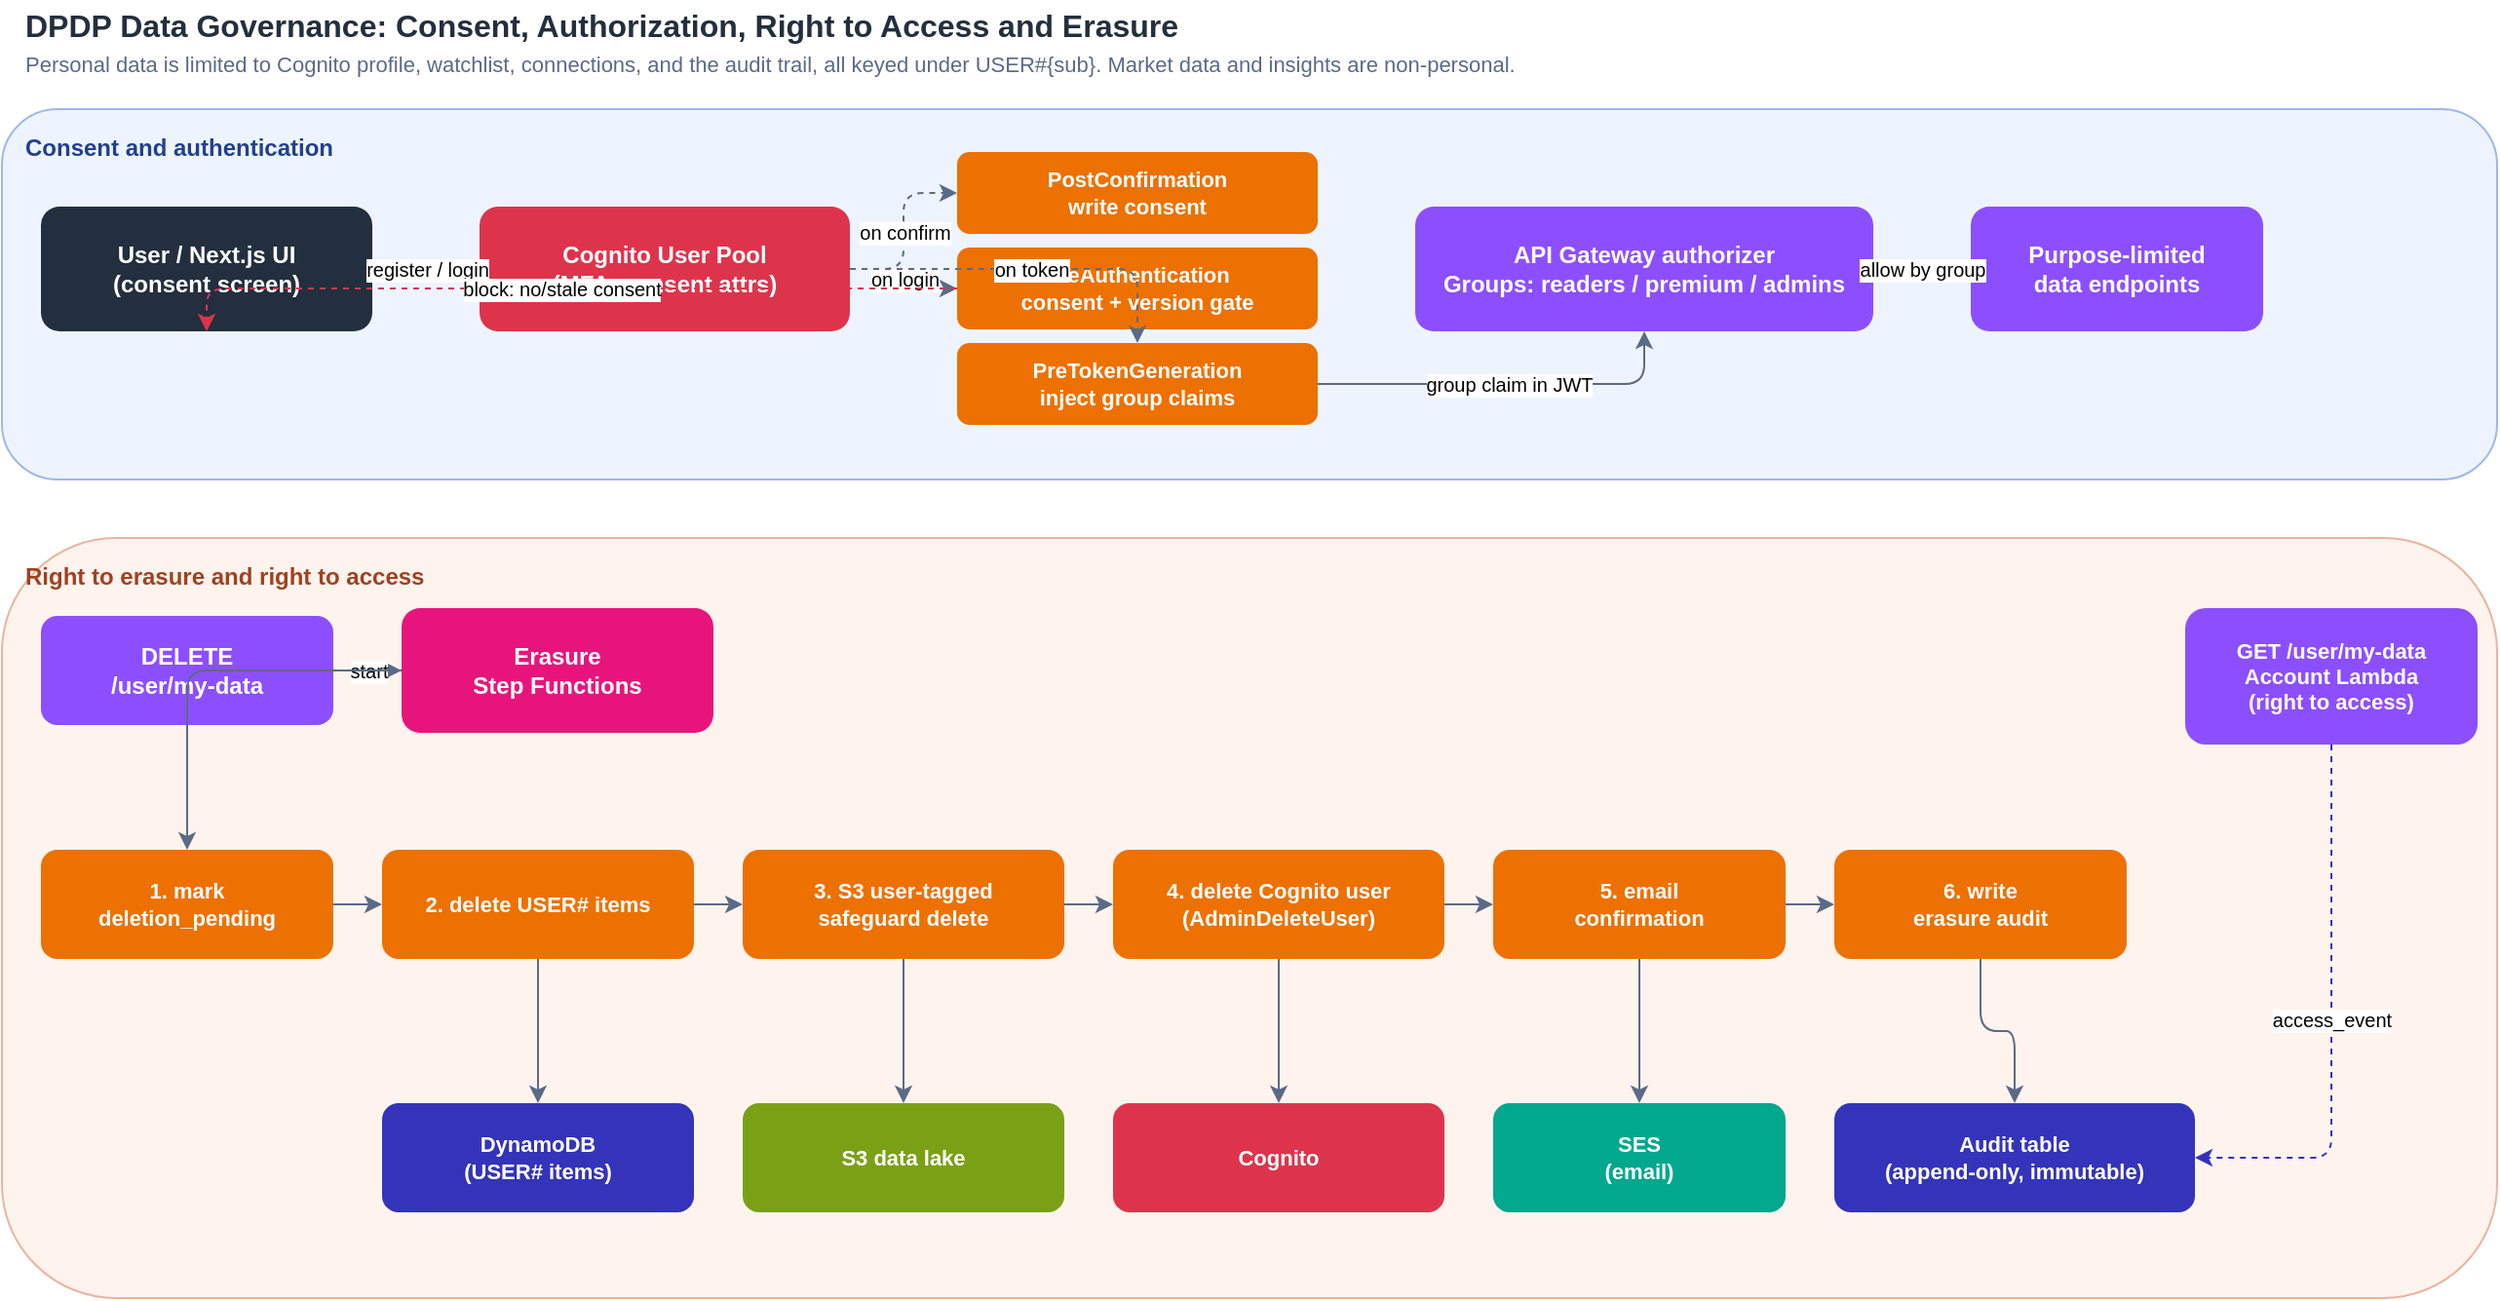
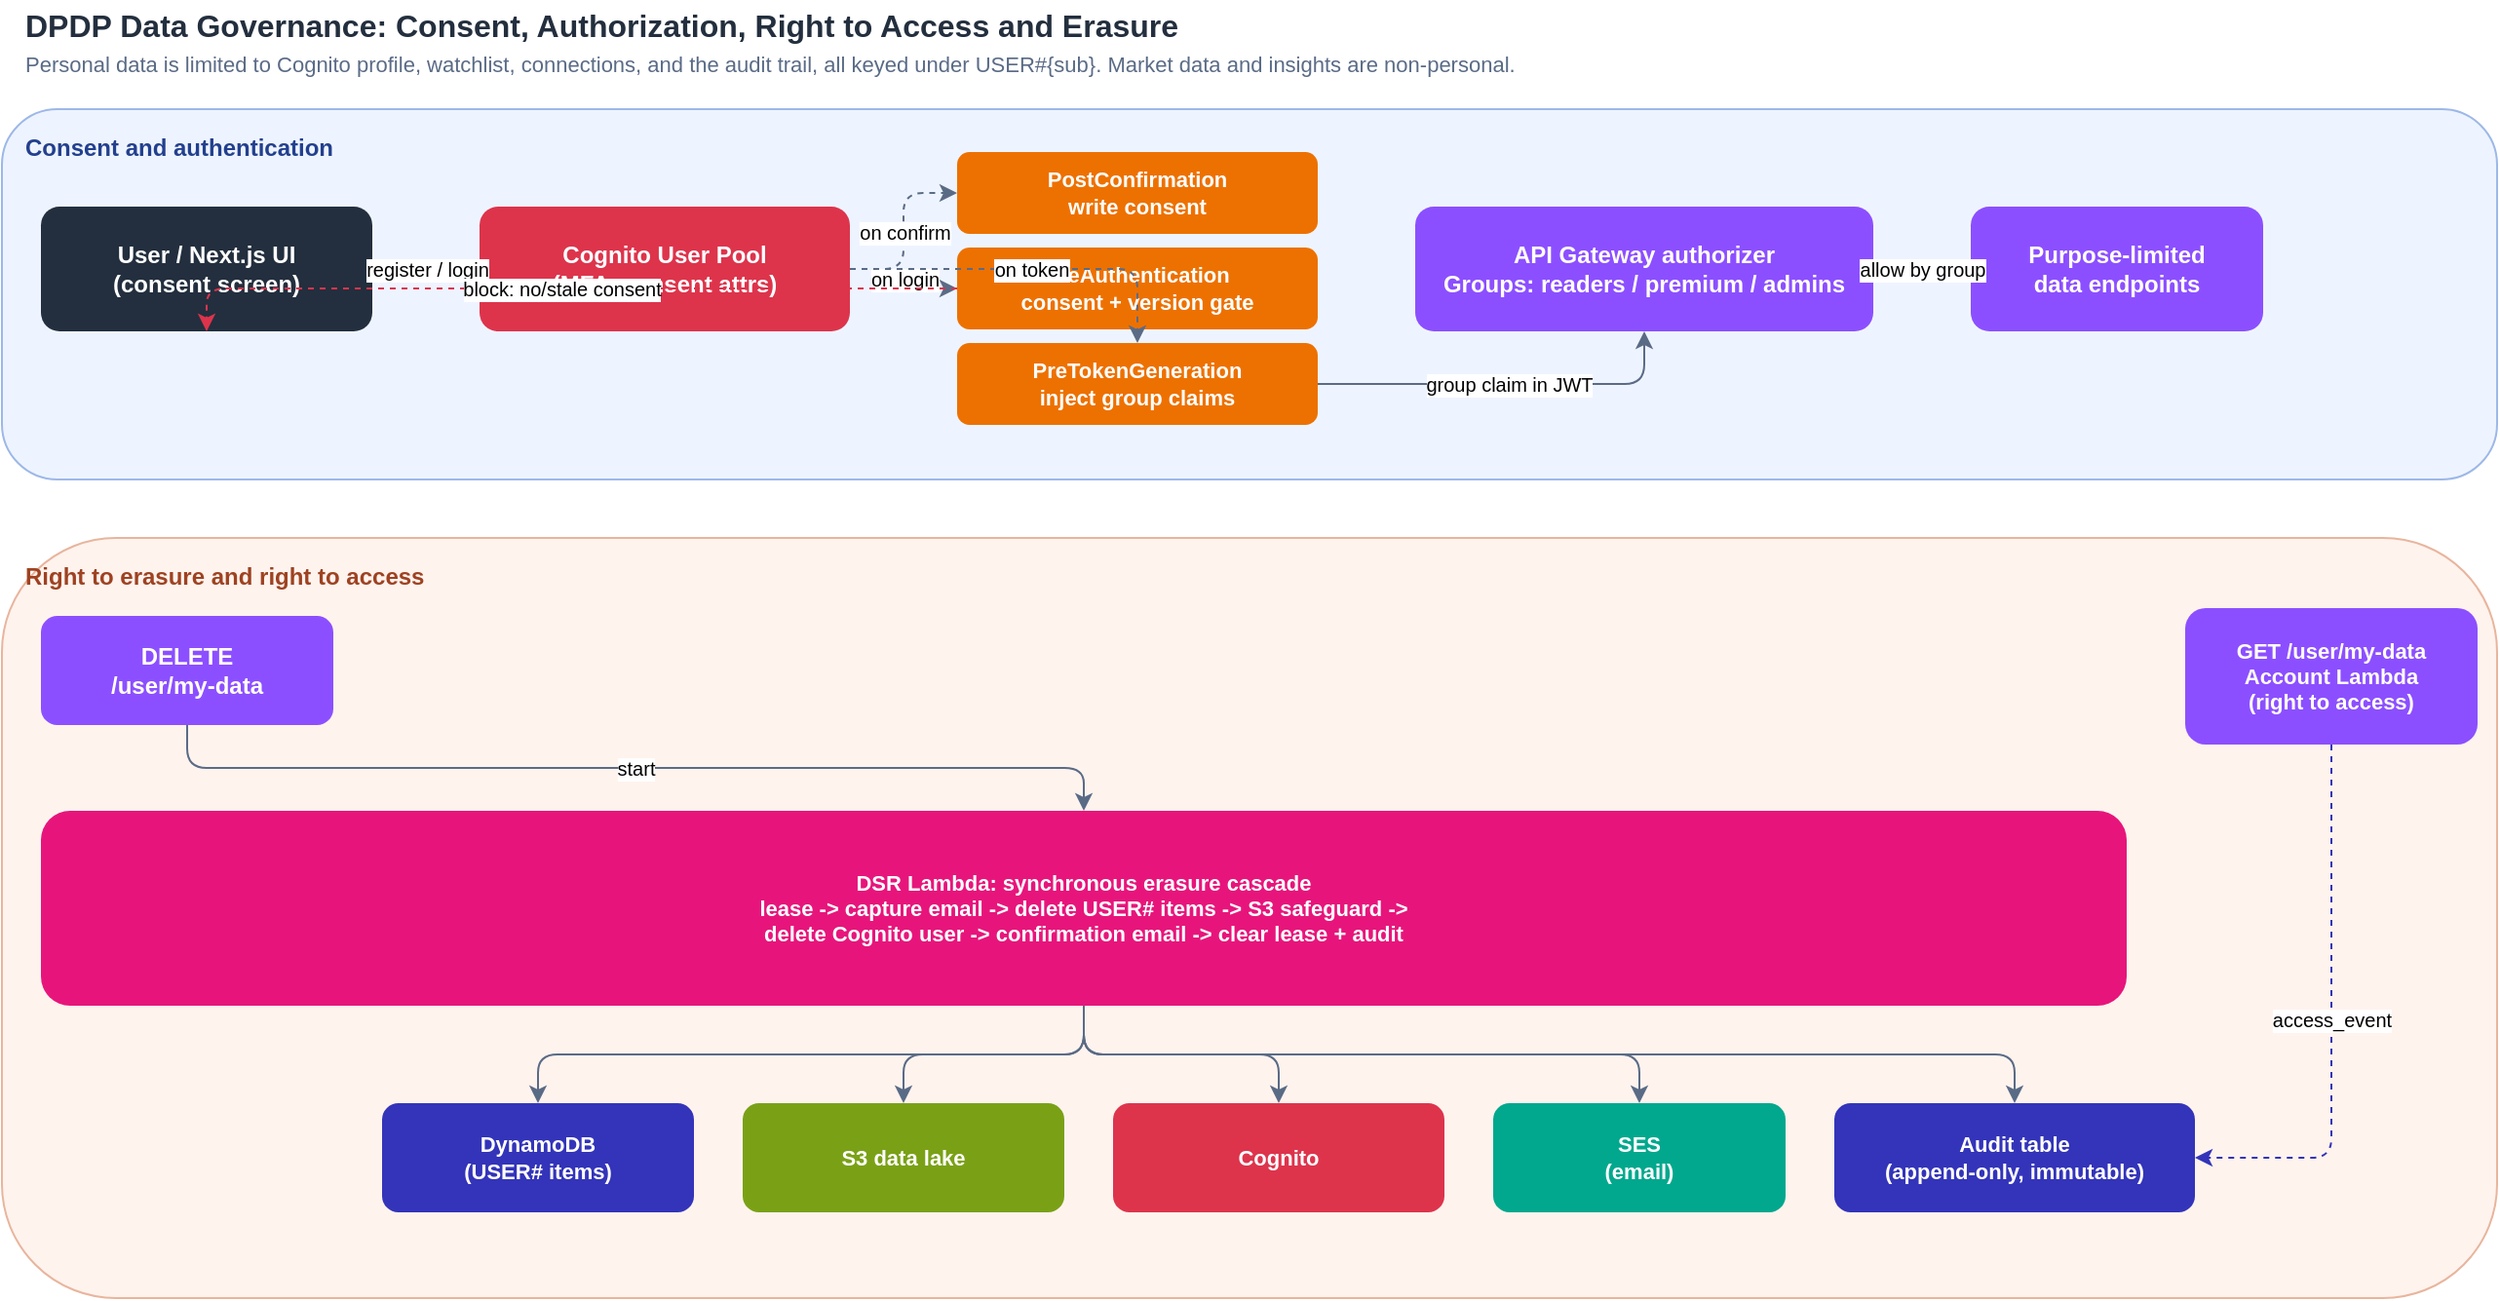
<mxGraphModel dx="1400" dy="800" grid="0" gridSize="10" guides="1" tooltips="1" connect="1" arrows="1" fold="1" page="1" pageScale="1" pageWidth="1320" pageHeight="720" math="0" shadow="0" adaptiveColors="auto">
  <root>
    <mxCell id="0"/>
    <mxCell id="1" parent="0"/>
    <mxCell id="title" value="DPDP Data Governance: Consent, Authorization, Right to Access and Erasure" style="text;html=1;strokeColor=none;fillColor=none;align=left;verticalAlign=middle;fontSize=16;fontStyle=1;fontColor=#232F3E;" vertex="1" parent="1">
      <mxGeometry x="30" y="14" width="1000" height="26" as="geometry"/>
    </mxCell>
    <mxCell id="subtitle" value="Personal data is limited to Cognito profile, watchlist, connections, and the audit trail, all keyed under USER#{sub}. Market data and insights are non-personal." style="text;html=1;strokeColor=none;fillColor=none;align=left;verticalAlign=middle;fontSize=11;fontColor=#5A6B86;" vertex="1" parent="1">
      <mxGeometry x="30" y="38" width="1100" height="18" as="geometry"/>
    </mxCell>

    <mxCell id="band1" value="Consent and authentication" style="rounded=1;whiteSpace=wrap;html=1;fillColor=#EEF4FF;strokeColor=#9DB8E8;fontColor=#23408E;verticalAlign=top;align=left;spacingLeft=10;spacingTop=6;fontStyle=1;fontSize=12;" vertex="1" parent="1">
      <mxGeometry x="20" y="70" width="1280" height="190" as="geometry"/>
    </mxCell>
    <mxCell id="band2" value="Right to erasure and right to access" style="rounded=1;whiteSpace=wrap;html=1;fillColor=#FFF3EE;strokeColor=#E8B59D;fontColor=#9E4221;verticalAlign=top;align=left;spacingLeft=10;spacingTop=6;fontStyle=1;fontSize=12;" vertex="1" parent="1">
      <mxGeometry x="20" y="290" width="1280" height="390" as="geometry"/>
    </mxCell>

    <mxCell id="user" value="User / Next.js UI&#10;(consent screen)" style="rounded=1;whiteSpace=wrap;html=1;fontColor=#FFFFFF;strokeColor=none;fontSize=12;fontStyle=1;fillColor=#232F3E;" vertex="1" parent="1">
      <mxGeometry x="40" y="120" width="170" height="64" as="geometry"/>
    </mxCell>
    <mxCell id="cognito" value="Cognito User Pool&#10;(MFA, consent attrs)" style="rounded=1;whiteSpace=wrap;html=1;fontColor=#FFFFFF;strokeColor=none;fontSize=12;fontStyle=1;fillColor=#DD344C;" vertex="1" parent="1">
      <mxGeometry x="265" y="120" width="190" height="64" as="geometry"/>
    </mxCell>
    <mxCell id="postconf" value="PostConfirmation&#10;write consent" style="rounded=1;whiteSpace=wrap;html=1;fontColor=#FFFFFF;strokeColor=none;fontSize=11;fontStyle=1;fillColor=#ED7100;" vertex="1" parent="1">
      <mxGeometry x="510" y="92" width="185" height="42" as="geometry"/>
    </mxCell>
    <mxCell id="preauth" value="PreAuthentication&#10;consent + version gate" style="rounded=1;whiteSpace=wrap;html=1;fontColor=#FFFFFF;strokeColor=none;fontSize=11;fontStyle=1;fillColor=#ED7100;" vertex="1" parent="1">
      <mxGeometry x="510" y="141" width="185" height="42" as="geometry"/>
    </mxCell>
    <mxCell id="pretoken" value="PreTokenGeneration&#10;inject group claims" style="rounded=1;whiteSpace=wrap;html=1;fontColor=#FFFFFF;strokeColor=none;fontSize=11;fontStyle=1;fillColor=#ED7100;" vertex="1" parent="1">
      <mxGeometry x="510" y="190" width="185" height="42" as="geometry"/>
    </mxCell>
    <mxCell id="authorizer" value="API Gateway authorizer&#10;Groups: readers / premium / admins" style="rounded=1;whiteSpace=wrap;html=1;fontColor=#FFFFFF;strokeColor=none;fontSize=12;fontStyle=1;fillColor=#8C4FFF;" vertex="1" parent="1">
      <mxGeometry x="745" y="120" width="235" height="64" as="geometry"/>
    </mxCell>
    <mxCell id="endpoints" value="Purpose-limited&#10;data endpoints" style="rounded=1;whiteSpace=wrap;html=1;fontColor=#FFFFFF;strokeColor=none;fontSize=12;fontStyle=1;fillColor=#8C4FFF;" vertex="1" parent="1">
      <mxGeometry x="1030" y="120" width="150" height="64" as="geometry"/>
    </mxCell>

    <mxCell id="del_ep" value="DELETE&#10;/user/my-data" style="rounded=1;whiteSpace=wrap;html=1;fontColor=#FFFFFF;strokeColor=none;fontSize=12;fontStyle=1;fillColor=#8C4FFF;" vertex="1" parent="1">
      <mxGeometry x="40" y="330" width="150" height="56" as="geometry"/>
    </mxCell>
-     <mxCell id="erasure" value="Erasure&#10;Step Functions" style="rounded=1;whiteSpace=wrap;html=1;fontColor=#FFFFFF;strokeColor=none;fontSize=12;fontStyle=1;fillColor=#E7157B;" vertex="1" parent="1">
-       <mxGeometry x="225" y="326" width="160" height="64" as="geometry"/>
+     <mxCell id="erasure" value="DSR Lambda: synchronous erasure cascade&#10;lease -&gt; capture email -&gt; delete USER# items -&gt; S3 safeguard -&gt;&#10;delete Cognito user -&gt; confirmation email -&gt; clear lease + audit" style="rounded=1;whiteSpace=wrap;html=1;fontColor=#FFFFFF;strokeColor=none;fontSize=11;fontStyle=1;fillColor=#E7157B;" vertex="1" parent="1">
+       <mxGeometry x="40" y="430" width="1070" height="100" as="geometry"/>
    </mxCell>
    <mxCell id="access" value="GET /user/my-data&#10;Account Lambda&#10;(right to access)" style="rounded=1;whiteSpace=wrap;html=1;fontColor=#FFFFFF;strokeColor=none;fontSize=11;fontStyle=1;fillColor=#8C4FFF;" vertex="1" parent="1">
      <mxGeometry x="1140" y="326" width="150" height="70" as="geometry"/>
-     </mxCell>
- 
-     <mxCell id="s1" value="1. mark&#10;deletion_pending" style="rounded=1;whiteSpace=wrap;html=1;fontColor=#FFFFFF;strokeColor=none;fontSize=11;fontStyle=1;fillColor=#ED7100;" vertex="1" parent="1">
-       <mxGeometry x="40" y="450" width="150" height="56" as="geometry"/>
-     </mxCell>
-     <mxCell id="s2" value="2. delete USER# items" style="rounded=1;whiteSpace=wrap;html=1;fontColor=#FFFFFF;strokeColor=none;fontSize=11;fontStyle=1;fillColor=#ED7100;" vertex="1" parent="1">
-       <mxGeometry x="215" y="450" width="160" height="56" as="geometry"/>
-     </mxCell>
-     <mxCell id="s3" value="3. S3 user-tagged&#10;safeguard delete" style="rounded=1;whiteSpace=wrap;html=1;fontColor=#FFFFFF;strokeColor=none;fontSize=11;fontStyle=1;fillColor=#ED7100;" vertex="1" parent="1">
-       <mxGeometry x="400" y="450" width="165" height="56" as="geometry"/>
-     </mxCell>
-     <mxCell id="s4" value="4. delete Cognito user&#10;(AdminDeleteUser)" style="rounded=1;whiteSpace=wrap;html=1;fontColor=#FFFFFF;strokeColor=none;fontSize=11;fontStyle=1;fillColor=#ED7100;" vertex="1" parent="1">
-       <mxGeometry x="590" y="450" width="170" height="56" as="geometry"/>
-     </mxCell>
-     <mxCell id="s5" value="5. email&#10;confirmation" style="rounded=1;whiteSpace=wrap;html=1;fontColor=#FFFFFF;strokeColor=none;fontSize=11;fontStyle=1;fillColor=#ED7100;" vertex="1" parent="1">
-       <mxGeometry x="785" y="450" width="150" height="56" as="geometry"/>
-     </mxCell>
-     <mxCell id="s6" value="6. write&#10;erasure audit" style="rounded=1;whiteSpace=wrap;html=1;fontColor=#FFFFFF;strokeColor=none;fontSize=11;fontStyle=1;fillColor=#ED7100;" vertex="1" parent="1">
-       <mxGeometry x="960" y="450" width="150" height="56" as="geometry"/>
    </mxCell>

    <mxCell id="dynamo" value="DynamoDB&#10;(USER# items)" style="rounded=1;whiteSpace=wrap;html=1;fontColor=#FFFFFF;strokeColor=none;fontSize=11;fontStyle=1;fillColor=#3334B9;" vertex="1" parent="1">
      <mxGeometry x="215" y="580" width="160" height="56" as="geometry"/>
    </mxCell>
    <mxCell id="s3lake" value="S3 data lake" style="rounded=1;whiteSpace=wrap;html=1;fontColor=#FFFFFF;strokeColor=none;fontSize=11;fontStyle=1;fillColor=#7AA116;" vertex="1" parent="1">
      <mxGeometry x="400" y="580" width="165" height="56" as="geometry"/>
    </mxCell>
    <mxCell id="cognito2" value="Cognito" style="rounded=1;whiteSpace=wrap;html=1;fontColor=#FFFFFF;strokeColor=none;fontSize=11;fontStyle=1;fillColor=#DD344C;" vertex="1" parent="1">
      <mxGeometry x="590" y="580" width="170" height="56" as="geometry"/>
    </mxCell>
    <mxCell id="ses" value="SES&#10;(email)" style="rounded=1;whiteSpace=wrap;html=1;fontColor=#FFFFFF;strokeColor=none;fontSize=11;fontStyle=1;fillColor=#01A88D;" vertex="1" parent="1">
      <mxGeometry x="785" y="580" width="150" height="56" as="geometry"/>
    </mxCell>
    <mxCell id="audit" value="Audit table&#10;(append-only, immutable)" style="rounded=1;whiteSpace=wrap;html=1;fontColor=#FFFFFF;strokeColor=none;fontSize=11;fontStyle=1;fillColor=#3334B9;" vertex="1" parent="1">
      <mxGeometry x="960" y="580" width="185" height="56" as="geometry"/>
    </mxCell>

    <mxCell id="g_user_cognito" value="register / login" style="edgeStyle=orthogonalEdgeStyle;rounded=1;html=1;fontSize=10;strokeColor=#5A6B86;endArrow=classic;" edge="1" parent="1" source="user" target="cognito">
      <mxGeometry relative="1" as="geometry"/>
    </mxCell>
    <mxCell id="g_cog_postconf" value="on confirm" style="edgeStyle=orthogonalEdgeStyle;rounded=1;html=1;fontSize=10;dashed=1;strokeColor=#5A6B86;endArrow=classic;" edge="1" parent="1" source="cognito" target="postconf">
      <mxGeometry relative="1" as="geometry"/>
    </mxCell>
    <mxCell id="g_cog_preauth" value="on login" style="edgeStyle=orthogonalEdgeStyle;rounded=1;html=1;fontSize=10;dashed=1;strokeColor=#5A6B86;endArrow=classic;" edge="1" parent="1" source="cognito" target="preauth">
      <mxGeometry relative="1" as="geometry"/>
    </mxCell>
    <mxCell id="g_cog_pretoken" value="on token" style="edgeStyle=orthogonalEdgeStyle;rounded=1;html=1;fontSize=10;dashed=1;strokeColor=#5A6B86;endArrow=classic;" edge="1" parent="1" source="cognito" target="pretoken">
      <mxGeometry relative="1" as="geometry"/>
    </mxCell>
    <mxCell id="g_preauth_user" value="block: no/stale consent" style="edgeStyle=orthogonalEdgeStyle;rounded=1;html=1;fontSize=10;dashed=1;strokeColor=#DD344C;endArrow=classic;exitX=0;exitY=0.5;exitDx=0;exitDy=0;entryX=0.5;entryY=1;entryDx=0;entryDy=0;" edge="1" parent="1" source="preauth" target="user">
      <mxGeometry relative="1" as="geometry">
        <Array as="points">
          <mxPoint x="125" y="162"/>
        </Array>
      </mxGeometry>
    </mxCell>
    <mxCell id="g_pretoken_auth" value="group claim in JWT" style="edgeStyle=orthogonalEdgeStyle;rounded=1;html=1;fontSize=10;strokeColor=#5A6B86;endArrow=classic;" edge="1" parent="1" source="pretoken" target="authorizer">
      <mxGeometry relative="1" as="geometry"/>
    </mxCell>
    <mxCell id="g_auth_ep" value="allow by group" style="edgeStyle=orthogonalEdgeStyle;rounded=1;html=1;fontSize=10;strokeColor=#5A6B86;endArrow=classic;" edge="1" parent="1" source="authorizer" target="endpoints">
      <mxGeometry relative="1" as="geometry"/>
    </mxCell>

    <mxCell id="g_del_erasure" value="start" style="edgeStyle=orthogonalEdgeStyle;rounded=1;html=1;fontSize=10;strokeColor=#5A6B86;endArrow=classic;" edge="1" parent="1" source="del_ep" target="erasure">
      <mxGeometry relative="1" as="geometry"/>
    </mxCell>
-     <mxCell id="g_erasure_s1" value="" style="edgeStyle=orthogonalEdgeStyle;rounded=1;html=1;fontSize=10;strokeColor=#5A6B86;endArrow=classic;" edge="1" parent="1" source="erasure" target="s1">
+     <mxCell id="g_s2_dynamo" value="" style="edgeStyle=orthogonalEdgeStyle;rounded=1;html=1;fontSize=10;strokeColor=#5A6B86;endArrow=classic;" edge="1" parent="1" source="erasure" target="dynamo">
      <mxGeometry relative="1" as="geometry"/>
    </mxCell>
-     <mxCell id="g_s1_s2" value="" style="edgeStyle=orthogonalEdgeStyle;rounded=1;html=1;fontSize=10;strokeColor=#5A6B86;endArrow=classic;" edge="1" parent="1" source="s1" target="s2">
+     <mxCell id="g_s3_s3lake" value="" style="edgeStyle=orthogonalEdgeStyle;rounded=1;html=1;fontSize=10;strokeColor=#5A6B86;endArrow=classic;" edge="1" parent="1" source="erasure" target="s3lake">
      <mxGeometry relative="1" as="geometry"/>
    </mxCell>
-     <mxCell id="g_s2_s3" value="" style="edgeStyle=orthogonalEdgeStyle;rounded=1;html=1;fontSize=10;strokeColor=#5A6B86;endArrow=classic;" edge="1" parent="1" source="s2" target="s3">
+     <mxCell id="g_s4_cognito2" value="" style="edgeStyle=orthogonalEdgeStyle;rounded=1;html=1;fontSize=10;strokeColor=#5A6B86;endArrow=classic;" edge="1" parent="1" source="erasure" target="cognito2">
      <mxGeometry relative="1" as="geometry"/>
    </mxCell>
-     <mxCell id="g_s3_s4" value="" style="edgeStyle=orthogonalEdgeStyle;rounded=1;html=1;fontSize=10;strokeColor=#5A6B86;endArrow=classic;" edge="1" parent="1" source="s3" target="s4">
+     <mxCell id="g_s5_ses" value="" style="edgeStyle=orthogonalEdgeStyle;rounded=1;html=1;fontSize=10;strokeColor=#5A6B86;endArrow=classic;" edge="1" parent="1" source="erasure" target="ses">
      <mxGeometry relative="1" as="geometry"/>
    </mxCell>
-     <mxCell id="g_s4_s5" value="" style="edgeStyle=orthogonalEdgeStyle;rounded=1;html=1;fontSize=10;strokeColor=#5A6B86;endArrow=classic;" edge="1" parent="1" source="s4" target="s5">
-       <mxGeometry relative="1" as="geometry"/>
-     </mxCell>
-     <mxCell id="g_s5_s6" value="" style="edgeStyle=orthogonalEdgeStyle;rounded=1;html=1;fontSize=10;strokeColor=#5A6B86;endArrow=classic;" edge="1" parent="1" source="s5" target="s6">
-       <mxGeometry relative="1" as="geometry"/>
-     </mxCell>
-     <mxCell id="g_s2_dynamo" value="" style="edgeStyle=orthogonalEdgeStyle;rounded=1;html=1;fontSize=10;strokeColor=#5A6B86;endArrow=classic;" edge="1" parent="1" source="s2" target="dynamo">
-       <mxGeometry relative="1" as="geometry"/>
-     </mxCell>
-     <mxCell id="g_s3_s3lake" value="" style="edgeStyle=orthogonalEdgeStyle;rounded=1;html=1;fontSize=10;strokeColor=#5A6B86;endArrow=classic;" edge="1" parent="1" source="s3" target="s3lake">
-       <mxGeometry relative="1" as="geometry"/>
-     </mxCell>
-     <mxCell id="g_s4_cognito2" value="" style="edgeStyle=orthogonalEdgeStyle;rounded=1;html=1;fontSize=10;strokeColor=#5A6B86;endArrow=classic;" edge="1" parent="1" source="s4" target="cognito2">
-       <mxGeometry relative="1" as="geometry"/>
-     </mxCell>
-     <mxCell id="g_s5_ses" value="" style="edgeStyle=orthogonalEdgeStyle;rounded=1;html=1;fontSize=10;strokeColor=#5A6B86;endArrow=classic;" edge="1" parent="1" source="s5" target="ses">
-       <mxGeometry relative="1" as="geometry"/>
-     </mxCell>
-     <mxCell id="g_s6_audit" value="" style="edgeStyle=orthogonalEdgeStyle;rounded=1;html=1;fontSize=10;strokeColor=#5A6B86;endArrow=classic;" edge="1" parent="1" source="s6" target="audit">
+     <mxCell id="g_s6_audit" value="" style="edgeStyle=orthogonalEdgeStyle;rounded=1;html=1;fontSize=10;strokeColor=#5A6B86;endArrow=classic;" edge="1" parent="1" source="erasure" target="audit">
      <mxGeometry relative="1" as="geometry"/>
    </mxCell>
    <mxCell id="g_access_audit" value="access_event" style="edgeStyle=orthogonalEdgeStyle;rounded=1;html=1;fontSize=10;dashed=1;strokeColor=#3334B9;endArrow=classic;exitX=0.5;exitY=1;exitDx=0;exitDy=0;entryX=1;entryY=0.5;entryDx=0;entryDy=0;" edge="1" parent="1" source="access" target="audit">
      <mxGeometry relative="1" as="geometry">
        <Array as="points">
          <mxPoint x="1215" y="608"/>
        </Array>
      </mxGeometry>
    </mxCell>
  </root>
</mxGraphModel>
